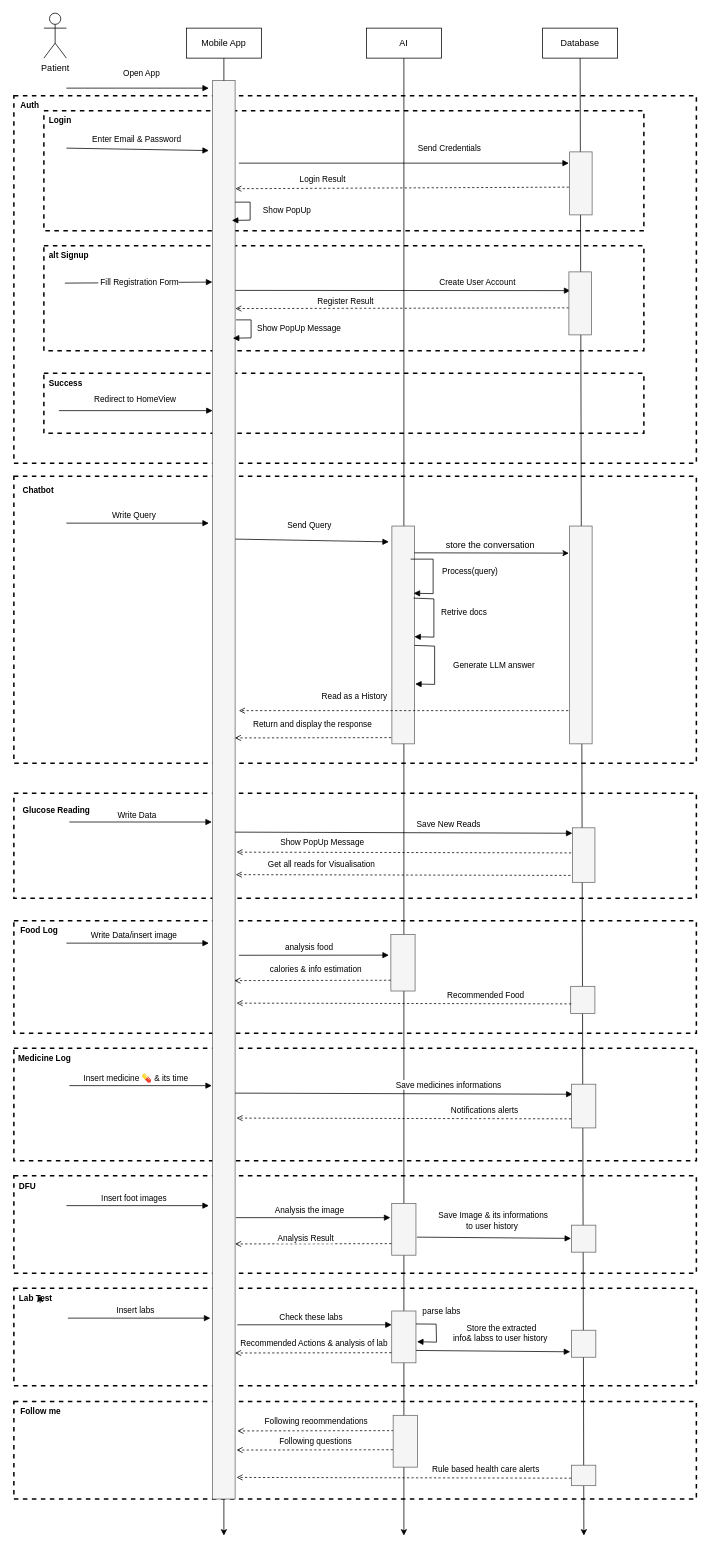
The draw.io diagram lib/diagrams/drawio/sequence_diagram.drawio in AbdelmenamAdel/Diamate, before the edit. Source tidied: cells renumbered, new cells numbered last; positions are measured from the earlier drawing's top-left corner, leaving out a move shared by most shapes. Both pictures are drawn from the tidied source at 75%, with x=0, y=0 at pixel (-486, 13).
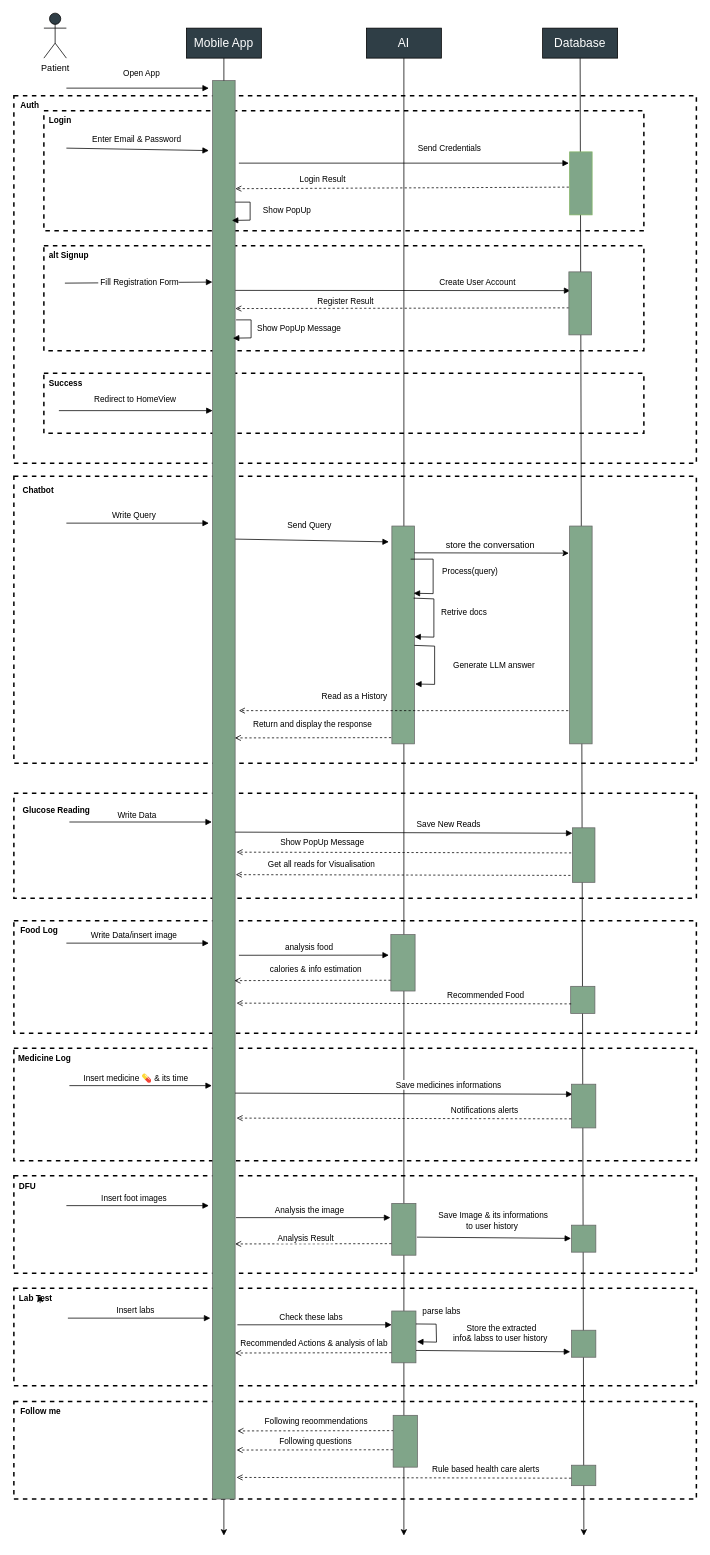
After the change.

Diff of the diagram source:
```diff
@@
-    <mxCell id="10" value="Patient" style="shape=umlActor;verticalLabelPosition=bottom;verticalAlign=top;html=1;rounded=0;" parent="1" vertex="1">
+    <mxCell id="10" value="Patient" style="shape=umlActor;verticalLabelPosition=bottom;verticalAlign=top;html=1;rounded=0;fillColor=#2F3E46;" parent="1" vertex="1">
       <mxGeometry x="706" width="30" height="60" as="geometry" />
     </mxCell>
-    <mxCell id="11" value="Mobile App" style="rounded=0;whiteSpace=wrap;html=1;" parent="1" vertex="1">
+    <mxCell id="11" value="&lt;font style=&quot;color: rgb(255, 255, 255); font-size: 16px;&quot;&gt;Mobile App&lt;/font&gt;" style="rounded=0;whiteSpace=wrap;html=1;strokeColor=#000000;fillColor=light-dark(#2F3E46,#B0BDC4);" parent="1" vertex="1">
       <mxGeometry x="896" y="20" width="100" height="40" as="geometry" />
     </mxCell>
-    <mxCell id="12" value="AI" style="rounded=0;whiteSpace=wrap;html=1;" parent="1" vertex="1">
+    <mxCell id="12" value="&lt;font style=&quot;color: rgb(255, 255, 255); font-size: 16px;&quot;&gt;AI&lt;/font&gt;" style="rounded=0;whiteSpace=wrap;html=1;fillColor=#2F3E46;" parent="1" vertex="1">
       <mxGeometry x="1136" y="20" width="100" height="40" as="geometry" />
     </mxCell>
-    <mxCell id="13" value="Database" style="rounded=0;whiteSpace=wrap;html=1;" parent="1" vertex="1">
+    <mxCell id="13" value="&lt;font style=&quot;font-size: 16px; color: rgb(255, 255, 255);&quot;&gt;Database&lt;/font&gt;" style="rounded=0;whiteSpace=wrap;html=1;fillColor=#2F3E46;" parent="1" vertex="1">
       <mxGeometry x="1371" y="20" width="100" height="40" as="geometry" />
     </mxCell>
@@
-    <mxCell id="29" style="rounded=0;whiteSpace=wrap;html=1;rotation=-270;fillColor=#f5f5f5;strokeColor=#666666;fontColor=#333333;" parent="1" vertex="1">
+    <mxCell id="29" style="rounded=0;whiteSpace=wrap;html=1;rotation=-270;fillColor=light-dark(#7ea387, #1a1a1a);strokeColor=#666666;fontColor=#333333;" parent="1" vertex="1">
       <mxGeometry x="0.4" y="1020.6" width="1891.2" height="30" as="geometry" />
     </mxCell>
@@
-    <mxCell id="32" style="rounded=0;whiteSpace=wrap;html=1;rotation=-270;fillColor=#f5f5f5;strokeColor=#666666;fontColor=#333333;" parent="1" vertex="1">
+    <mxCell id="32" style="rounded=0;whiteSpace=wrap;html=1;rotation=-270;fillColor=light-dark(#80a689, #1f2f1e);strokeColor=#82b366;" parent="1" vertex="1">
       <mxGeometry x="1380" y="212" width="84" height="30" as="geometry" />
     </mxCell>
@@
-    <mxCell id="34" style="rounded=0;whiteSpace=wrap;html=1;rotation=-270;fillColor=#f5f5f5;strokeColor=#666666;fontColor=#333333;" parent="1" vertex="1">
+    <mxCell id="34" style="rounded=0;whiteSpace=wrap;html=1;rotation=-270;fillColor=light-dark(#81a78a, #1a1a1a);strokeColor=#666666;fontColor=#333333;" parent="1" vertex="1">
       <mxGeometry x="1379" y="372" width="84" height="30" as="geometry" />
     </mxCell>
@@
-    <mxCell id="39" style="rounded=0;whiteSpace=wrap;html=1;rotation=-270;fillColor=#f5f5f5;strokeColor=#666666;fontColor=#333333;" parent="1" vertex="1">
+    <mxCell id="39" style="rounded=0;whiteSpace=wrap;html=1;rotation=-270;fillColor=light-dark(#83a98c, #b0bdc4);strokeColor=#666666;fontColor=#333333;" parent="1" vertex="1">
       <mxGeometry x="1039.8" y="814.1" width="290.4" height="30" as="geometry" />
     </mxCell>
@@
-    <mxCell id="47" style="rounded=0;whiteSpace=wrap;html=1;rotation=-270;fillColor=#f5f5f5;strokeColor=#666666;fontColor=#333333;" parent="1" vertex="1">
+    <mxCell id="47" style="rounded=0;whiteSpace=wrap;html=1;rotation=-270;fillColor=light-dark(#82a88b, #1a1a1a);strokeColor=#666666;fontColor=#333333;" parent="1" vertex="1">
       <mxGeometry x="1276.8" y="814.1" width="290.4" height="30" as="geometry" />
     </mxCell>
@@
-    <mxCell id="53" style="rounded=0;whiteSpace=wrap;html=1;rotation=-270;fillColor=#f5f5f5;strokeColor=#666666;fontColor=#333333;" parent="1" vertex="1">
+    <mxCell id="53" style="rounded=0;whiteSpace=wrap;html=1;rotation=-270;fillColor=light-dark(#7ea387, #1a1a1a);strokeColor=#666666;fontColor=#333333;" parent="1" vertex="1">
       <mxGeometry x="1389.4" y="1107.6" width="72.7" height="30" as="geometry" />
     </mxCell>
@@
-    <mxCell id="58" style="rounded=0;whiteSpace=wrap;html=1;rotation=-270;fillColor=#f5f5f5;strokeColor=#666666;fontColor=#333333;" parent="1" vertex="1">
+    <mxCell id="58" style="rounded=0;whiteSpace=wrap;html=1;rotation=-270;fillColor=light-dark(#82a78b, #1a1a1a);strokeColor=#666666;fontColor=#333333;" parent="1" vertex="1">
       <mxGeometry x="1147.2" y="1250.1" width="75.2" height="32.3" as="geometry" />
     </mxCell>
@@
-    <mxCell id="61" style="rounded=0;whiteSpace=wrap;html=1;rotation=-270;fillColor=#f5f5f5;strokeColor=#666666;fontColor=#333333;" parent="1" vertex="1">
+    <mxCell id="61" style="rounded=0;whiteSpace=wrap;html=1;rotation=-270;fillColor=light-dark(#82a88b, #1a1a1a);strokeColor=#666666;fontColor=#333333;" parent="1" vertex="1">
       <mxGeometry x="1406.5" y="1299.5" width="36.1" height="32.3" as="geometry" />
     </mxCell>
@@
-    <mxCell id="66" style="rounded=0;whiteSpace=wrap;html=1;rotation=-270;fillColor=#f5f5f5;strokeColor=#666666;fontColor=#333333;" parent="1" vertex="1">
+    <mxCell id="66" style="rounded=0;whiteSpace=wrap;html=1;rotation=-270;fillColor=light-dark(#80A589,#1A1A1A);strokeColor=#666666;fontColor=#333333;" parent="1" vertex="1">
       <mxGeometry x="1396.6" y="1441.1" width="58.3" height="32.3" as="geometry" />
     </mxCell>
@@
-    <mxCell id="71" style="rounded=0;whiteSpace=wrap;html=1;rotation=-270;fillColor=#f5f5f5;strokeColor=#666666;fontColor=#333333;" parent="1" vertex="1">
+    <mxCell id="71" style="rounded=0;whiteSpace=wrap;html=1;rotation=-270;fillColor=#80A589;strokeColor=#666666;fontColor=#333333;" parent="1" vertex="1">
       <mxGeometry x="1151.4" y="1605.4" width="69.1" height="32.3" as="geometry" />
     </mxCell>
-    <mxCell id="72" style="rounded=0;whiteSpace=wrap;html=1;rotation=-270;fillColor=#f5f5f5;strokeColor=#666666;fontColor=#333333;" parent="1" vertex="1">
+    <mxCell id="72" style="rounded=0;whiteSpace=wrap;html=1;rotation=-270;fillColor=#80A589;strokeColor=#666666;fontColor=#333333;" parent="1" vertex="1">
       <mxGeometry x="1407.8" y="1617.9" width="36" height="32.3" as="geometry" />
     </mxCell>
@@
-    <mxCell id="77" style="rounded=0;whiteSpace=wrap;html=1;rotation=-270;fillColor=#f5f5f5;strokeColor=#666666;fontColor=#333333;" parent="1" vertex="1">
+    <mxCell id="77" style="rounded=0;whiteSpace=wrap;html=1;rotation=-270;fillColor=#80A589;strokeColor=#666666;fontColor=#333333;" parent="1" vertex="1">
       <mxGeometry x="1151.4" y="1748.9" width="69.1" height="32.3" as="geometry" />
     </mxCell>
@@
-    <mxCell id="80" style="rounded=0;whiteSpace=wrap;html=1;rotation=-270;fillColor=#f5f5f5;strokeColor=#666666;fontColor=#333333;" parent="1" vertex="1">
+    <mxCell id="80" style="rounded=0;whiteSpace=wrap;html=1;rotation=-270;fillColor=#80A589;strokeColor=#666666;fontColor=#333333;" parent="1" vertex="1">
       <mxGeometry x="1407.8" y="1758" width="36" height="32.3" as="geometry" />
     </mxCell>
@@
-    <mxCell id="82" style="rounded=0;whiteSpace=wrap;html=1;rotation=-270;fillColor=#f5f5f5;strokeColor=#666666;fontColor=#333333;" parent="1" vertex="1">
+    <mxCell id="82" style="rounded=0;whiteSpace=wrap;html=1;rotation=-270;fillColor=#80A589;strokeColor=#666666;fontColor=#333333;" parent="1" vertex="1">
       <mxGeometry x="1412.1" y="1933.6" width="27.3" height="32.3" as="geometry" />
     </mxCell>
@@
-    <mxCell id="84" style="rounded=0;whiteSpace=wrap;html=1;rotation=-270;fillColor=#f5f5f5;strokeColor=#666666;fontColor=#333333;" parent="1" vertex="1">
+    <mxCell id="84" style="rounded=0;whiteSpace=wrap;html=1;rotation=-270;fillColor=#80A589;strokeColor=#666666;fontColor=#333333;" parent="1" vertex="1">
       <mxGeometry x="1153.3" y="1888" width="69.1" height="32.3" as="geometry" />
     </mxCell>
```
